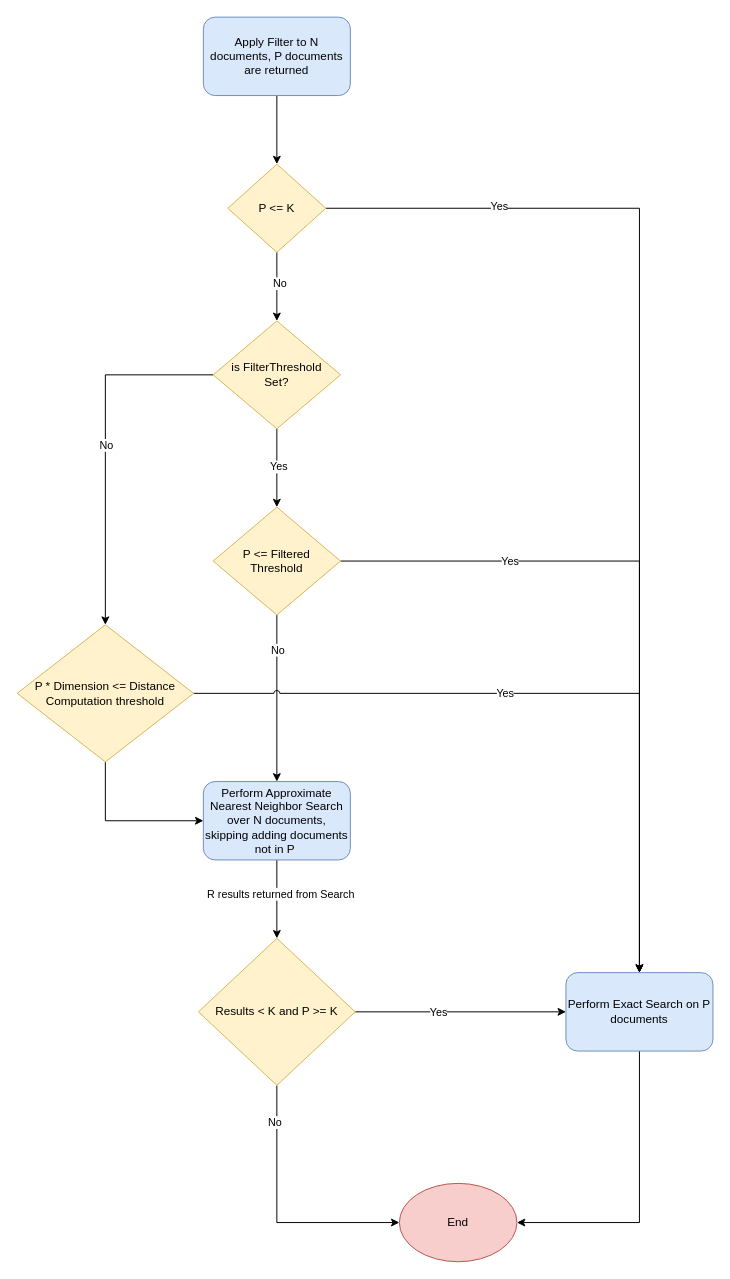
Earlier version of the draw.io diagram page "Pre-filter Algorithm" (3 of 3) of OpenSearch/FaissEfficientFiltering.drawio (navneet1v/FlowDiagram). Source tidied: cells renumbered, new cells numbered last; positions are measured from the earlier drawing's top-left corner, leaving out a move shared by most shapes. Both pictures are drawn from the tidied source at 98%, with x=0, y=0 at pixel (17, 17).
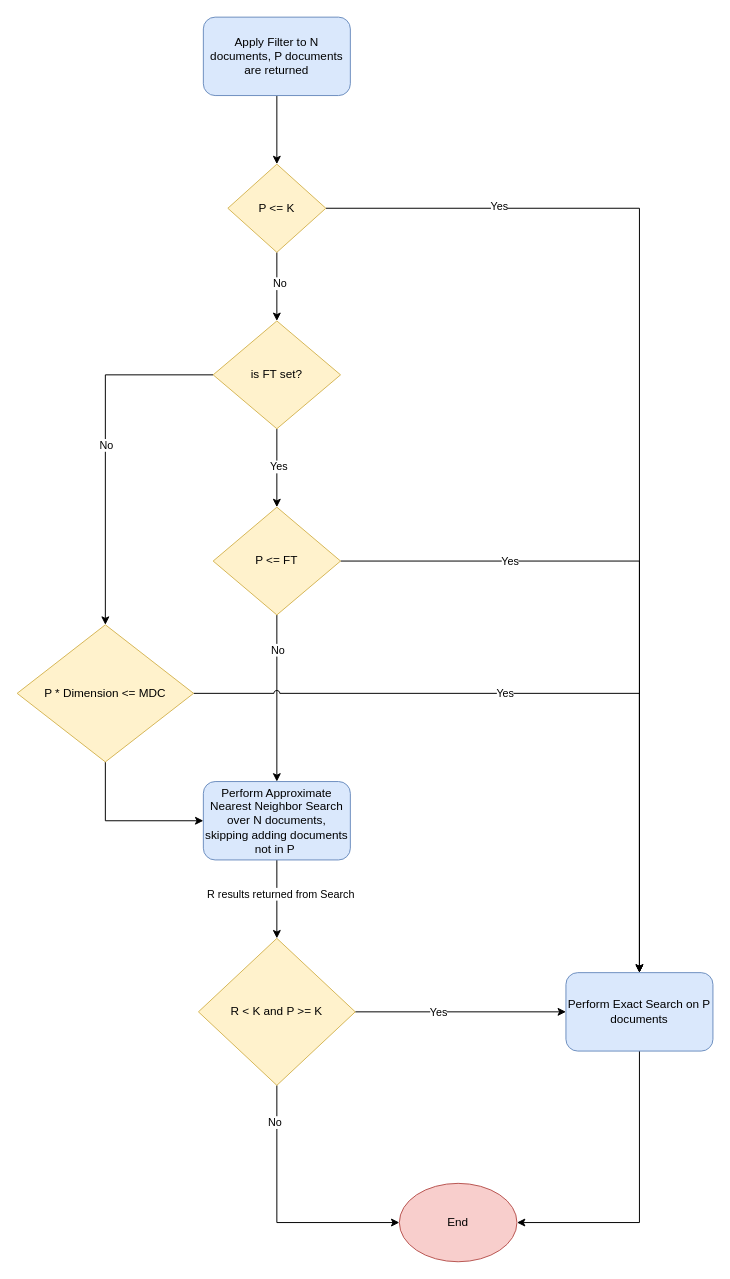
The same page after the edit.

Diff of the diagram source:
```diff
@@
-    <mxCell id="19" value="Results &amp;lt; K and P &amp;gt;= K" style="rhombus;whiteSpace=wrap;html=1;fillColor=#fff2cc;strokeColor=#d6b656;" parent="1" vertex="1">
+    <mxCell id="19" value="R &amp;lt; K and P &amp;gt;= K" style="rhombus;whiteSpace=wrap;html=1;fillColor=#fff2cc;strokeColor=#d6b656;" parent="1" vertex="1">
       <mxGeometry x="185" y="940" width="160" height="150" as="geometry" />
     </mxCell>
@@
-    <mxCell id="24" value="is FilterThreshold &lt;br&gt;Set?" style="rhombus;whiteSpace=wrap;html=1;fillColor=#fff2cc;strokeColor=#d6b656;" parent="1" vertex="1">
+    <mxCell id="24" value="is FT set?" style="rhombus;whiteSpace=wrap;html=1;fillColor=#fff2cc;strokeColor=#d6b656;" parent="1" vertex="1">
       <mxGeometry x="200" y="310" width="130" height="110" as="geometry" />
     </mxCell>
@@
-    <mxCell id="29" value="P &amp;lt;= Filtered &lt;br&gt;Threshold" style="rhombus;whiteSpace=wrap;html=1;fillColor=#fff2cc;strokeColor=#d6b656;" parent="1" vertex="1">
+    <mxCell id="29" value="P &amp;lt;= FT" style="rhombus;whiteSpace=wrap;html=1;fillColor=#fff2cc;strokeColor=#d6b656;" parent="1" vertex="1">
       <mxGeometry x="200" y="500" width="130" height="110" as="geometry" />
     </mxCell>
@@
-    <mxCell id="32" value="P * Dimension &amp;lt;= Distance Computation threshold" style="rhombus;whiteSpace=wrap;html=1;fillColor=#fff2cc;strokeColor=#d6b656;" parent="1" vertex="1">
+    <mxCell id="32" value="P * Dimension &amp;lt;= MDC" style="rhombus;whiteSpace=wrap;html=1;fillColor=#fff2cc;strokeColor=#d6b656;" parent="1" vertex="1">
       <mxGeometry y="620" width="180" height="140" as="geometry" />
     </mxCell>
```
